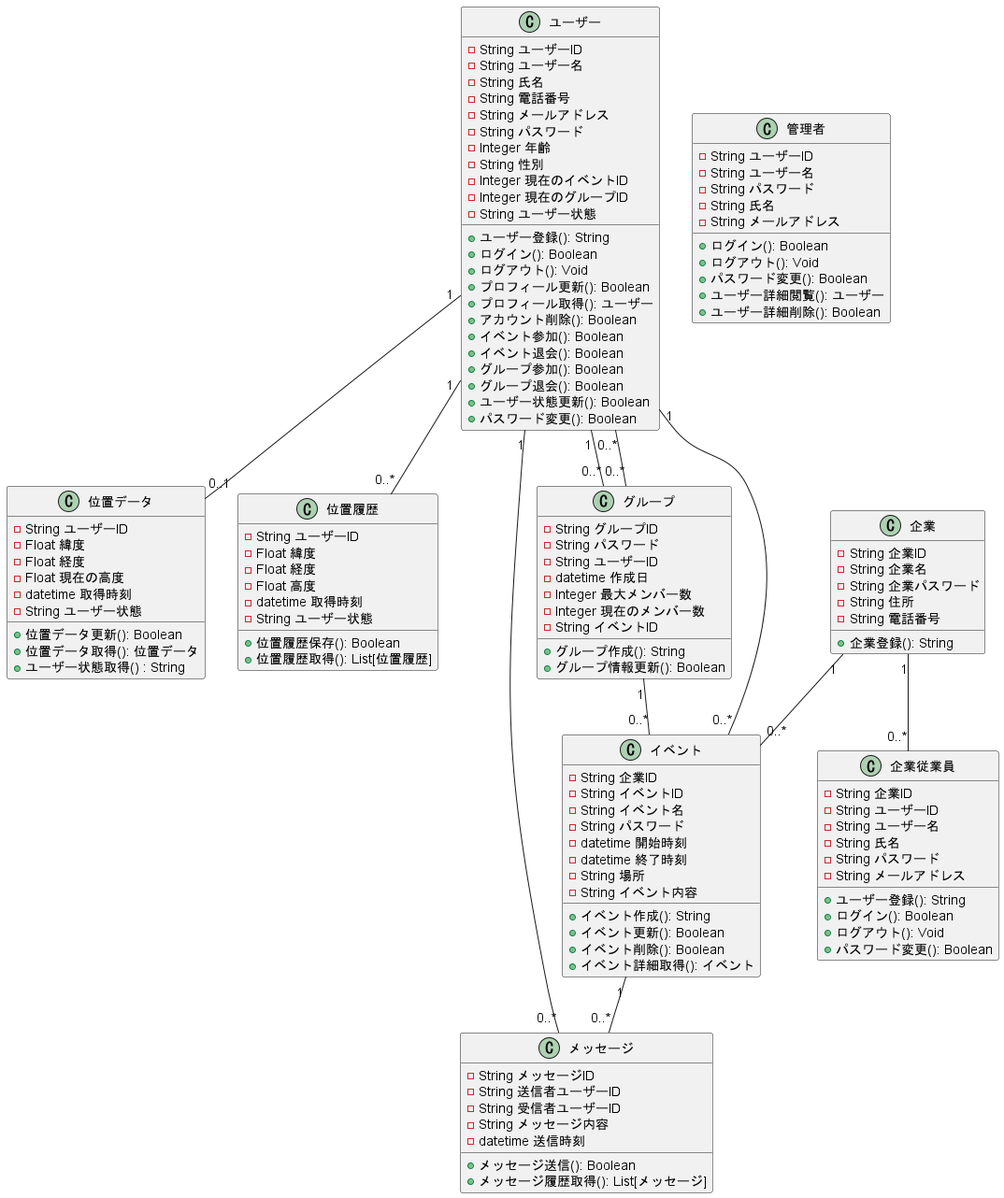
The PlantUML diagram out/F_class_Japanese/F_class_Japanese.png in ksw2270227/GroupF, before a commit.
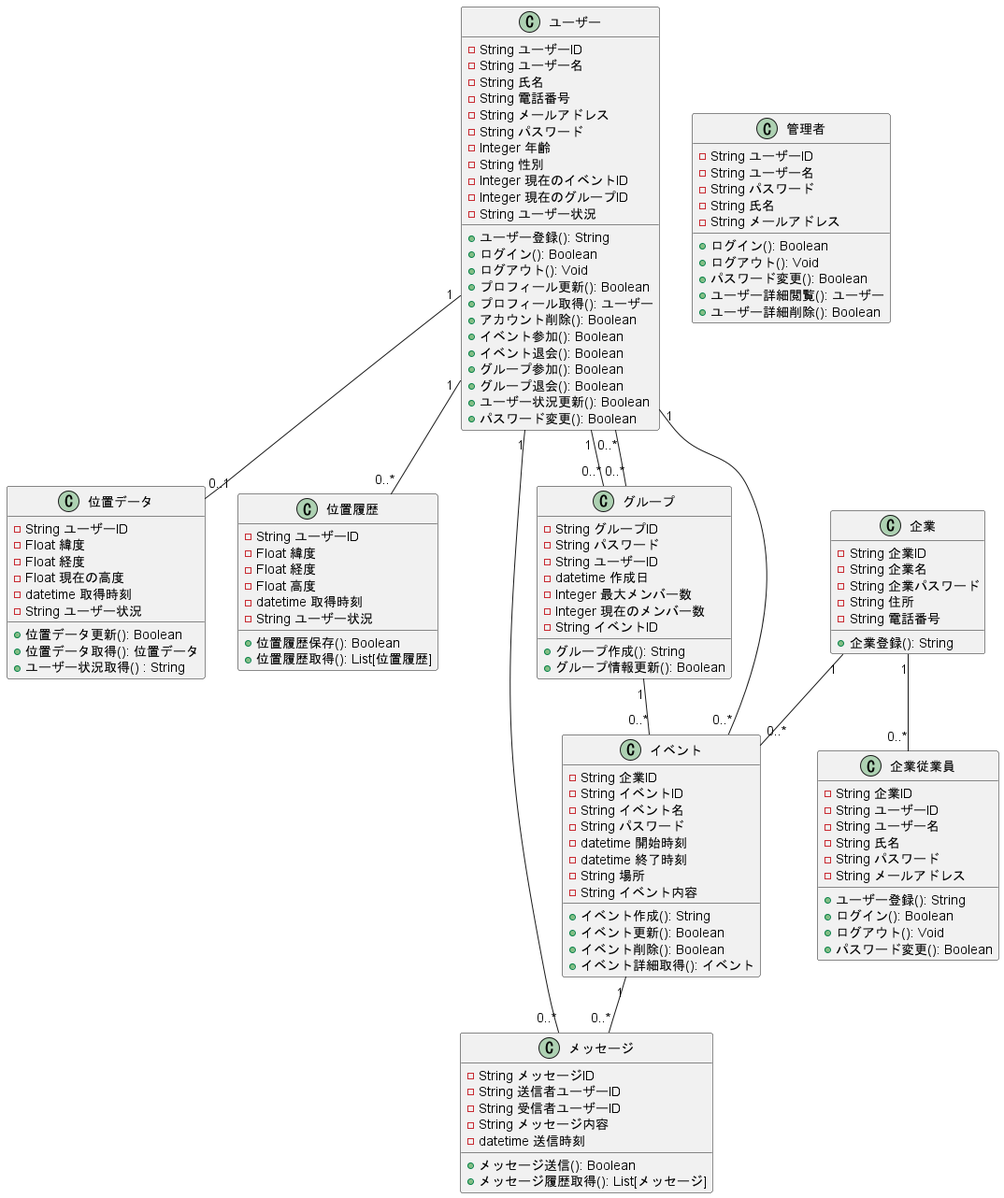
Later version of the same file.

Change to the diagram source:
```diff
@@ -11,7 +11,7 @@
     - String 性別
     - Integer 現在のイベントID
     - Integer 現在のグループID
-    - String ユーザー状態
+    - String ユーザー状況
 
     + ユーザー登録(): String
     + ログイン(): Boolean
@@ -23,7 +23,7 @@
     + イベント退会(): Boolean
     + グループ参加(): Boolean
     + グループ退会(): Boolean
-    + ユーザー状態更新(): Boolean
+    + ユーザー状況更新(): Boolean
     + パスワード変更(): Boolean
 }
 
@@ -73,11 +73,11 @@
     - Float 経度
     - Float 現在の高度
     - datetime 取得時刻
-    - String ユーザー状態
+    - String ユーザー状況
 
     + 位置データ更新(): Boolean
     + 位置データ取得(): 位置データ
-    + ユーザー状態取得() : String
+    + ユーザー状況取得() : String
 }
 
 class 位置履歴 {
@@ -86,7 +86,7 @@
     - Float 経度
     - Float 高度
     - datetime 取得時刻
-    - String ユーザー状態
+    - String ユーザー状況
 
     + 位置履歴保存(): Boolean
     + 位置履歴取得(): List[位置履歴]
```
